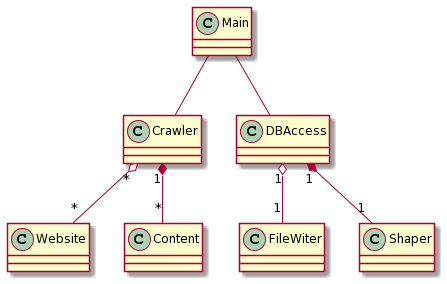
This is out/uml/class/class.png from box16/WebCrawler, a PlantUML export, as it was before one commit. Source of this version:
```plantuml
@startuml
Crawler "*" o-- "*" Website
Crawler "1" *-- "*" Content

Main -- Crawler
Main -- DBAccess

DBAccess "1" o-- "1" FileWiter
DBAccess "1" *-- "1" Shaper
@enduml
```
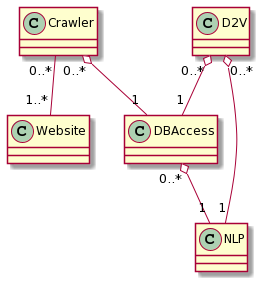
After the change.

Change to the diagram source:
```diff
@@ -1,10 +1,7 @@
 @startuml
-Crawler "*" o-- "*" Website
-Crawler "1" *-- "*" Content
-
-Main -- Crawler
-Main -- DBAccess
-
-DBAccess "1" o-- "1" FileWiter
-DBAccess "1" *-- "1" Shaper
+Crawler "0..*" -- "1..*" Website
+Crawler "0..*" o-- "1" DBAccess
+DBAccess "0..*" o-- "1" NLP
+D2V "0..*" o-- "1" DBAccess
+D2V "0..*" o-- "1" NLP
 @enduml
```
